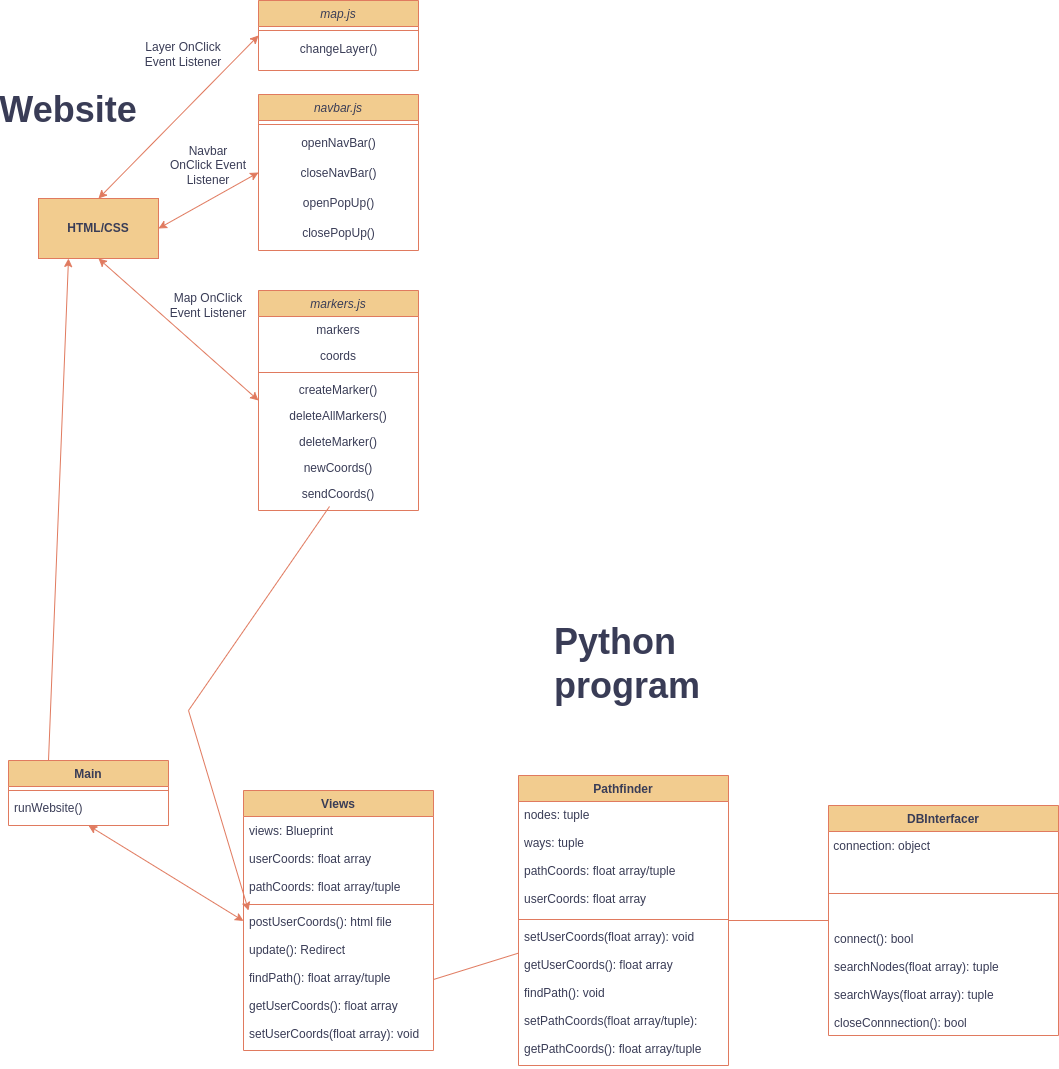
Above: paperwork/RouteplannerDiagram.drawio.png in B-DUB99/RoutePlanner (draw.io), before the change. Source tidied: cells renumbered, new cells last; positions are measured from the earlier drawing's top-left corner, leaving out a move shared by most shapes.
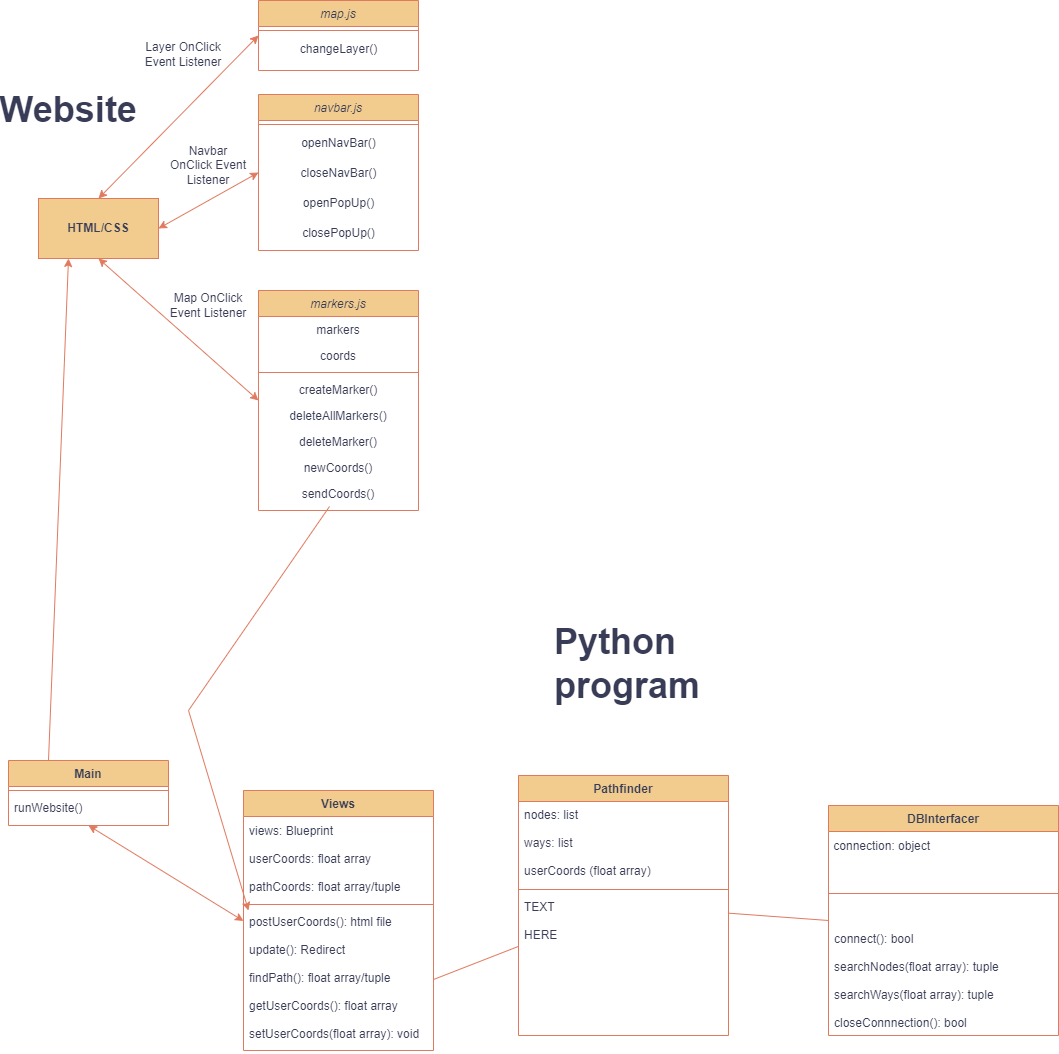
Above is the later version.

Diff of the diagram source:
```diff
@@ -99,16 +99,16 @@
       <mxGeometry y="118" width="190" height="142" as="geometry" />
     </mxCell>
     <mxCell id="34" value="Pathfinder" style="swimlane;fontStyle=1;align=center;verticalAlign=top;horizontal=1;startSize=26;strokeColor=#E07A5F;fontColor=#393C56;fillColor=#F2CC8F;labelBackgroundColor=none;" parent="1" vertex="1">
-      <mxGeometry x="510" y="775" width="210" height="290" as="geometry" />
+      <mxGeometry x="510" y="775" width="210" height="260" as="geometry" />
     </mxCell>
-    <mxCell id="35" value="nodes: tuple&#10;&#10;ways: tuple&#10;&#10;pathCoords: float array/tuple&#10;&#10;userCoords: float array" style="text;strokeColor=none;fillColor=none;align=left;verticalAlign=top;spacingLeft=4;spacingRight=4;overflow=hidden;fontColor=#393C56;labelBackgroundColor=none;" parent="34" vertex="1">
-      <mxGeometry y="26" width="210" height="114" as="geometry" />
+    <mxCell id="35" value="nodes: list&#10;&#10;ways: list&#10;&#10;userCoords (float array)&#10;&#10;" style="text;strokeColor=none;fillColor=none;align=left;verticalAlign=top;spacingLeft=4;spacingRight=4;overflow=hidden;fontColor=#393C56;labelBackgroundColor=none;" parent="34" vertex="1">
+      <mxGeometry y="26" width="210" height="84" as="geometry" />
     </mxCell>
     <mxCell id="36" style="line;strokeWidth=1;fillColor=none;align=left;verticalAlign=middle;spacingTop=-1;spacingLeft=3;spacingRight=3;labelPosition=right;strokeColor=#E07A5F;fontColor=#393C56;labelBackgroundColor=none;" parent="34" vertex="1">
-      <mxGeometry y="140" width="210" height="8" as="geometry" />
+      <mxGeometry y="110" width="210" height="8" as="geometry" />
     </mxCell>
-    <mxCell id="37" value="setUserCoords(float array): void&#10;&#10;getUserCoords(): float array&#10;&#10;findPath(): void&#10;&#10;setPathCoords(float array/tuple):&#10;&#10;getPathCoords(): float array/tuple" style="text;strokeColor=none;fillColor=none;align=left;verticalAlign=top;spacingLeft=4;spacingRight=4;overflow=hidden;fontColor=#393C56;labelBackgroundColor=none;" parent="34" vertex="1">
-      <mxGeometry y="148" width="210" height="142" as="geometry" />
+    <mxCell id="37" value="TEXT&#10;&#10;HERE" style="text;strokeColor=none;fillColor=none;align=left;verticalAlign=top;spacingLeft=4;spacingRight=4;overflow=hidden;fontColor=#393C56;labelBackgroundColor=none;" parent="34" vertex="1">
+      <mxGeometry y="118" width="210" height="142" as="geometry" />
     </mxCell>
     <mxCell id="38" value="DBInterfacer" style="swimlane;fontStyle=1;align=center;verticalAlign=top;horizontal=1;startSize=26;strokeColor=#E07A5F;fontColor=#393C56;fillColor=#F2CC8F;labelBackgroundColor=none;" parent="1" vertex="1">
       <mxGeometry x="820" y="805" width="230" height="230" as="geometry" />
```
